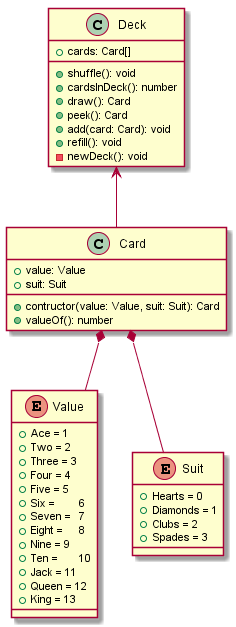
Earlier version of the PlantUML export docs/classDiagram.png (WebDaD/lib-gs-cards).
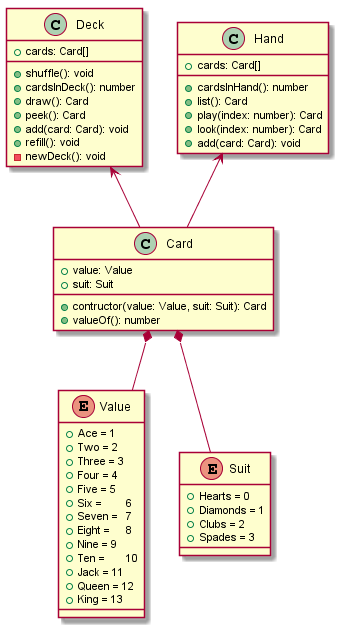
Later version of the same file.

Diff of the diagram source:
```diff
@@ -15,6 +15,14 @@
   + {method} refill(): void
   - {method} newDeck(): void
 }
+class Hand {
+  + cards: Card[]
+  + {method} cardsInHand(): number
+  + {method} list(): Card
+  + {method} play(index: number): Card
+  + {method} look(index: number): Card
+  + {method} add(card: Card): void
+}
 enum Value {
   + Ace = 1
   + Two = 2
@@ -27,7 +35,7 @@
   + Nine = 9
   + Ten =	10
   + Jack = 11
-  +Queen = 12
+  + Queen = 12
   + King = 13
 }
 enum Suit {
@@ -36,6 +44,7 @@
   + Clubs = 2
   + Spades = 3
 }
+Hand <-- Card
 Deck <-- Card
 Card *-- Value
 Card *-- Suit
```
